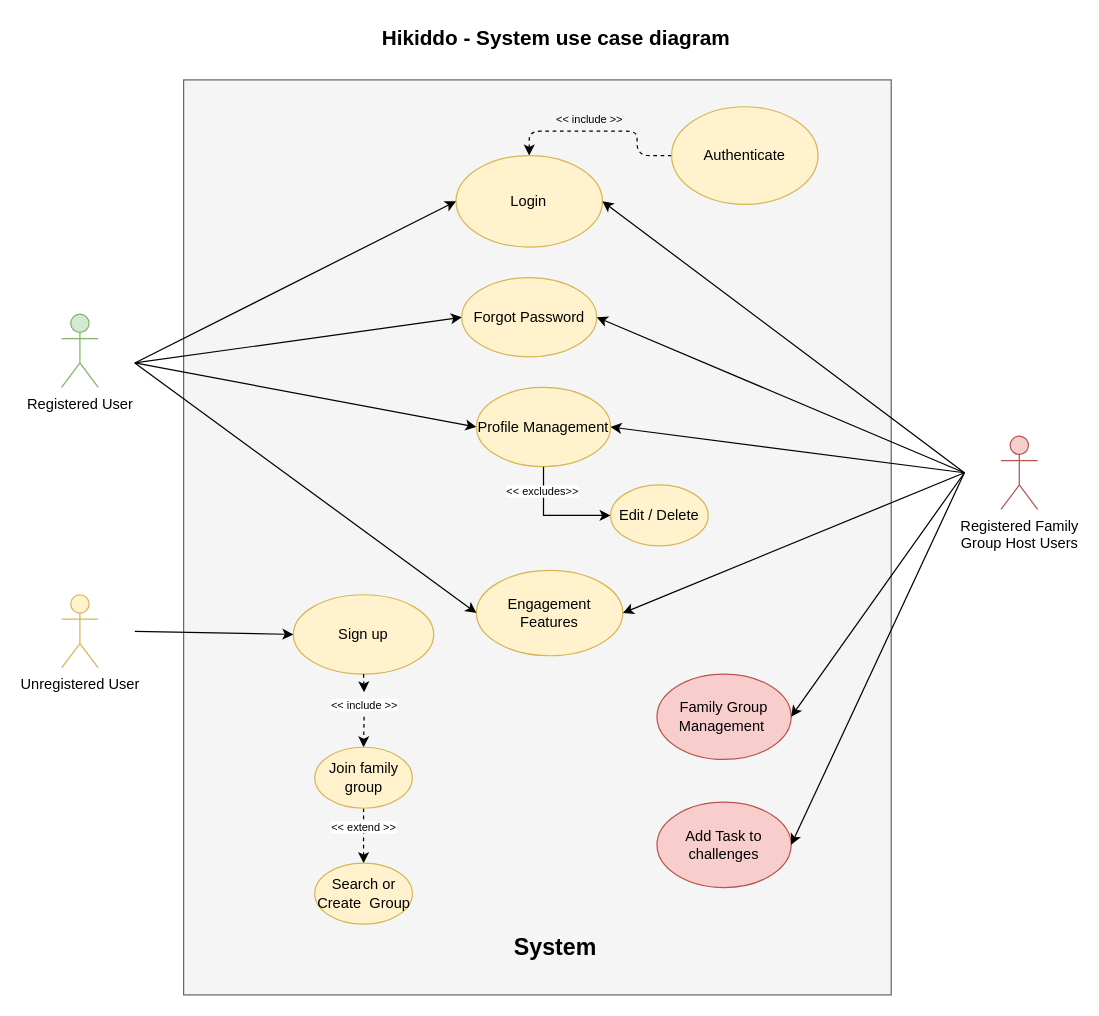
The draw.io diagram diagrams/IO Diagram File/USE_CASE_LATEST.drawio in Wallysonadsilva/Hikiddo, before the edit. Source tidied: cells renumbered, new cells numbered last; positions are measured from the earlier drawing's top-left corner, leaving out a move shared by most shapes. Both pictures are drawn from the tidied source at 122%, with x=0, y=0 at pixel (61, 21).
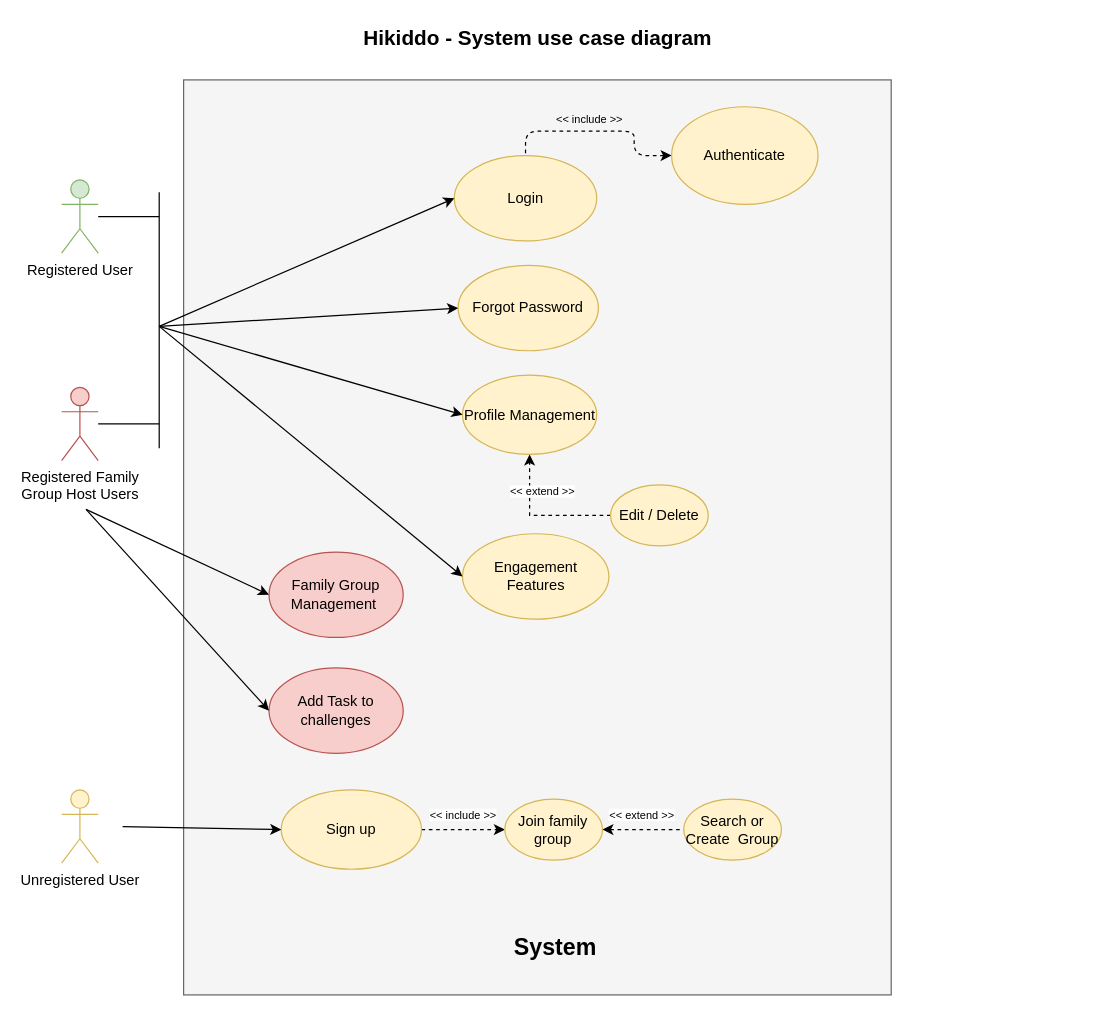
After the change.

Unchanged cells that the change refers to:
```xml
<mxCell id="6" value="Authenticate" style="ellipse;whiteSpace=wrap;html=1;fillColor=#fff2cc;strokeColor=#d6b656;" parent="1" vertex="1">
  <mxGeometry x="500" y="70" width="120" height="80" as="geometry" />
</mxCell>
<mxCell id="37" value="Edit / Delete" style="ellipse;whiteSpace=wrap;html=1;fillColor=#fff2cc;strokeColor=#d6b656;" parent="1" vertex="1">
  <mxGeometry x="450" y="380" width="80" height="50" as="geometry" />
</mxCell>
```

The edit, as a diff of the source:
```diff
@@
+    <mxCell id="39" style="edgeStyle=orthogonalEdgeStyle;rounded=0;jettySize=auto;html=1;endArrow=none;endFill=0;" parent="1" edge="1" source="2">
+      <mxGeometry relative="1" as="geometry">
+        <mxPoint x="80" y="160" as="targetPoint" />
+      </mxGeometry>
+    </mxCell>
     <mxCell id="2" value="Registered User" style="shape=umlActor;verticalLabelPosition=bottom;verticalAlign=top;html=1;outlineConnect=0;fillColor=#d5e8d4;strokeColor=#82b366;" parent="1" vertex="1">
-      <mxGeometry y="240" width="30" height="60" as="geometry" />
+      <mxGeometry y="130" width="30" height="60" as="geometry" />
     </mxCell>
@@
+    <mxCell id="40" style="edgeStyle=orthogonalEdgeStyle;rounded=0;jettySize=auto;html=1;endArrow=none;endFill=0;" parent="1" edge="1" source="4">
+      <mxGeometry relative="1" as="geometry">
+        <mxPoint x="80" y="330" as="targetPoint" />
+      </mxGeometry>
+    </mxCell>
     <mxCell id="4" value="Registered Family &lt;br&gt;Group Host Users" style="shape=umlActor;verticalLabelPosition=bottom;verticalAlign=top;html=1;outlineConnect=0;fillColor=#f8cecc;strokeColor=#b85450;" parent="1" vertex="1">
-      <mxGeometry x="770" y="340" width="30" height="60" as="geometry" />
+      <mxGeometry y="300" width="30" height="60" as="geometry" />
     </mxCell>
-    <mxCell id="5" style="edgeStyle=orthogonalEdgeStyle;rounded=1;jettySize=auto;html=1;exitX=0;exitY=0.5;exitDx=0;exitDy=0;entryX=0.5;entryY=0;entryDx=0;entryDy=0;curved=0;dashed=1;" parent="1" edge="1" source="6" target="11">
+    <mxCell id="5" style="edgeStyle=orthogonalEdgeStyle;rounded=1;jettySize=auto;html=1;exitX=0;exitY=0.5;exitDx=0;exitDy=0;entryX=0.5;entryY=0;entryDx=0;entryDy=0;curved=0;dashed=1;endArrow=none;endFill=0;startArrow=classic;startFill=1;" parent="1" edge="1" source="6" target="11">
       <mxGeometry relative="1" as="geometry" />
     </mxCell>
@@
-    <mxCell id="7" style="edgeStyle=orthogonalEdgeStyle;rounded=0;jettySize=auto;html=1;exitX=0.5;exitY=1;exitDx=0;exitDy=0;entryX=0.5;entryY=0;entryDx=0;entryDy=0;dashed=1;" parent="1" edge="1" source="33" target="13">
-      <mxGeometry relative="1" as="geometry" />
-    </mxCell>
+    <mxCell id="41" style="edgeStyle=orthogonalEdgeStyle;rounded=0;jettySize=auto;html=1;dashed=1;" parent="1" edge="1" source="8" target="13">
+      <mxGeometry relative="1" as="geometry" />
+    </mxCell>
     <mxCell id="8" value="Sign up" style="ellipse;whiteSpace=wrap;html=1;fillColor=#fff2cc;strokeColor=#d6b656;" parent="1" vertex="1">
-      <mxGeometry x="190" y="470" width="115" height="65" as="geometry" />
+      <mxGeometry x="180" y="630" width="115" height="65" as="geometry" />
     </mxCell>
     <mxCell id="9" value="Profile Management" style="ellipse;whiteSpace=wrap;html=1;fillColor=#fff2cc;strokeColor=#d6b656;" parent="1" vertex="1">
-      <mxGeometry x="340" y="300" width="110" height="65" as="geometry" />
+      <mxGeometry x="328.6" y="290" width="110" height="65" as="geometry" />
     </mxCell>
     <mxCell id="10" value="Family Group Management&amp;nbsp;" style="ellipse;whiteSpace=wrap;html=1;fillColor=#f8cecc;strokeColor=#b85450;" parent="1" vertex="1">
-      <mxGeometry x="488" y="535" width="110" height="70" as="geometry" />
+      <mxGeometry x="170" y="435" width="110" height="70" as="geometry" />
     </mxCell>
     <mxCell id="11" value="Login" style="ellipse;whiteSpace=wrap;html=1;fillColor=#fff2cc;strokeColor=#d6b656;" parent="1" vertex="1">
-      <mxGeometry x="323.3" y="110" width="120" height="75" as="geometry" />
+      <mxGeometry x="321.9" y="110" width="116.7" height="70" as="geometry" />
     </mxCell>
-    <mxCell id="12" style="edgeStyle=orthogonalEdgeStyle;rounded=0;jettySize=auto;html=1;exitX=0.5;exitY=1;exitDx=0;exitDy=0;entryX=0.5;entryY=0;entryDx=0;entryDy=0;dashed=1;" parent="1" edge="1" source="13" target="15">
+    <mxCell id="12" style="edgeStyle=orthogonalEdgeStyle;rounded=0;jettySize=auto;html=1;exitX=1;exitY=0.5;exitDx=0;exitDy=0;entryX=0;entryY=0.5;entryDx=0;entryDy=0;dashed=1;endArrow=none;endFill=0;startArrow=classic;startFill=1;" parent="1" edge="1" source="13" target="15">
       <mxGeometry relative="1" as="geometry" />
     </mxCell>
     <mxCell id="13" value="Join family group" style="ellipse;whiteSpace=wrap;html=1;fillColor=#fff2cc;strokeColor=#d6b656;" parent="1" vertex="1">
-      <mxGeometry x="207.5" y="595" width="80" height="50" as="geometry" />
+      <mxGeometry x="363.3" y="637.5" width="80" height="50" as="geometry" />
     </mxCell>
     <mxCell id="14" value="Forgot Password" style="ellipse;whiteSpace=wrap;html=1;fillColor=#fff2cc;strokeColor=#d6b656;" parent="1" vertex="1">
-      <mxGeometry x="328" y="210" width="110.6" height="65" as="geometry" />
+      <mxGeometry x="325" y="200" width="115" height="70" as="geometry" />
     </mxCell>
     <mxCell id="15" value="Search or Create&amp;nbsp; Group" style="ellipse;whiteSpace=wrap;html=1;fillColor=#fff2cc;strokeColor=#d6b656;" parent="1" vertex="1">
-      <mxGeometry x="207.5" y="690" width="80" height="50" as="geometry" />
+      <mxGeometry x="510" y="637.5" width="80" height="50" as="geometry" />
     </mxCell>
     <mxCell id="16" value="Engagement Features" style="ellipse;whiteSpace=wrap;html=1;fillColor=#fff2cc;strokeColor=#d6b656;" parent="1" vertex="1">
-      <mxGeometry x="340" y="450" width="120" height="70" as="geometry" />
+      <mxGeometry x="328.6" y="420" width="120" height="70" as="geometry" />
     </mxCell>
     <mxCell id="17" value="&lt;font style=&quot;font-size: 17px;&quot;&gt;&lt;b&gt;Hikiddo - System use case diagram&lt;/b&gt;&lt;/font&gt;" style="text;html=1;strokeColor=none;fillColor=none;align=center;verticalAlign=middle;whiteSpace=wrap;rounded=0;" parent="1" vertex="1">
-      <mxGeometry x="252.5" width="305" height="30" as="geometry" />
+      <mxGeometry x="237.5" width="305" height="30" as="geometry" />
     </mxCell>
     <mxCell id="18" value="Add Task to challenges" style="ellipse;whiteSpace=wrap;html=1;fillColor=#f8cecc;strokeColor=#b85450;" parent="1" vertex="1">
-      <mxGeometry x="488" y="640" width="110" height="70" as="geometry" />
+      <mxGeometry x="170" y="530" width="110" height="70" as="geometry" />
     </mxCell>
@@
     <mxCell id="21" value="&lt;font style=&quot;font-size: 9px; background-color: rgb(255, 255, 255);&quot;&gt;&amp;lt;&amp;lt; extend &amp;gt;&amp;gt;&lt;/font&gt;" style="text;html=1;strokeColor=none;fillColor=none;align=center;verticalAlign=middle;whiteSpace=wrap;rounded=0;rotation=0;" parent="1" vertex="1">
-      <mxGeometry x="214.5" y="630" width="66" height="60" as="geometry" />
+      <mxGeometry x="443.3" y="640" width="66" height="20" as="geometry" />
     </mxCell>
-    <mxCell id="22" style="endArrow=classic;html=1;rounded=0;entryX=0;entryY=0.5;entryDx=0;entryDy=0;" parent="1" edge="1" target="11">
-      <mxGeometry relative="1" as="geometry">
-        <mxPoint x="60" y="280" as="sourcePoint" />
-      </mxGeometry>
-    </mxCell>
-    <mxCell id="23" style="endArrow=classic;html=1;rounded=0;entryX=0;entryY=0.5;entryDx=0;entryDy=0;" parent="1" edge="1" target="14">
-      <mxGeometry relative="1" as="geometry">
-        <mxPoint x="60" y="280" as="sourcePoint" />
-      </mxGeometry>
-    </mxCell>
-    <mxCell id="24" style="endArrow=classic;html=1;rounded=0;entryX=0;entryY=0.5;entryDx=0;entryDy=0;" parent="1" edge="1" target="9">
-      <mxGeometry relative="1" as="geometry">
-        <mxPoint x="60" y="280" as="sourcePoint" />
-      </mxGeometry>
-    </mxCell>
-    <mxCell id="25" style="endArrow=classic;html=1;rounded=0;entryX=0;entryY=0.5;entryDx=0;entryDy=0;" parent="1" edge="1" target="16">
-      <mxGeometry relative="1" as="geometry">
-        <mxPoint x="60" y="280" as="sourcePoint" />
-      </mxGeometry>
-    </mxCell>
-    <mxCell id="26" style="endArrow=classic;html=1;rounded=0;entryX=1;entryY=0.5;entryDx=0;entryDy=0;" parent="1" edge="1" target="11">
-      <mxGeometry relative="1" as="geometry">
-        <mxPoint x="740" y="370" as="sourcePoint" />
-      </mxGeometry>
-    </mxCell>
-    <mxCell id="27" style="endArrow=classic;html=1;rounded=0;entryX=1;entryY=0.5;entryDx=0;entryDy=0;" parent="1" edge="1" target="14">
-      <mxGeometry relative="1" as="geometry">
-        <mxPoint x="740" y="370" as="sourcePoint" />
-      </mxGeometry>
-    </mxCell>
-    <mxCell id="28" style="endArrow=classic;html=1;rounded=0;entryX=1;entryY=0.5;entryDx=0;entryDy=0;" parent="1" edge="1" target="9">
-      <mxGeometry relative="1" as="geometry">
-        <mxPoint x="740" y="370" as="sourcePoint" />
-      </mxGeometry>
-    </mxCell>
-    <mxCell id="29" style="endArrow=classic;html=1;rounded=0;entryX=1;entryY=0.5;entryDx=0;entryDy=0;" parent="1" edge="1" target="16">
-      <mxGeometry relative="1" as="geometry">
-        <mxPoint x="740" y="370" as="sourcePoint" />
-      </mxGeometry>
-    </mxCell>
-    <mxCell id="30" style="endArrow=classic;html=1;rounded=0;entryX=1;entryY=0.5;entryDx=0;entryDy=0;" parent="1" edge="1" target="10">
-      <mxGeometry relative="1" as="geometry">
-        <mxPoint x="740" y="370" as="sourcePoint" />
-      </mxGeometry>
-    </mxCell>
-    <mxCell id="31" style="endArrow=classic;html=1;rounded=0;entryX=1;entryY=0.5;entryDx=0;entryDy=0;" parent="1" edge="1" target="18">
-      <mxGeometry relative="1" as="geometry">
-        <mxPoint x="740" y="370" as="sourcePoint" />
-      </mxGeometry>
-    </mxCell>
-    <mxCell id="32" style="edgeStyle=orthogonalEdgeStyle;rounded=0;jettySize=auto;html=1;exitX=0.5;exitY=1;exitDx=0;exitDy=0;entryX=0.5;entryY=0;entryDx=0;entryDy=0;dashed=1;" parent="1" edge="1" source="8" target="33">
-      <mxGeometry relative="1" as="geometry" />
-    </mxCell>
     <mxCell id="33" value="&lt;font style=&quot;font-size: 9px; background-color: rgb(255, 255, 255);&quot;&gt;&amp;lt;&amp;lt; include &amp;gt;&amp;gt;&lt;/font&gt;" style="text;html=1;strokeColor=none;fillColor=none;align=center;verticalAlign=middle;whiteSpace=wrap;rounded=0;rotation=0;" parent="1" vertex="1">
-      <mxGeometry x="219.5" y="550" width="56.9" height="20" as="geometry" />
+      <mxGeometry x="301.4" y="640" width="56.9" height="20" as="geometry" />
     </mxCell>
     <mxCell id="34" value="Unregistered User" style="shape=umlActor;verticalLabelPosition=bottom;verticalAlign=top;html=1;fillColor=#fff2cc;strokeColor=#d6b656;" parent="1" vertex="1">
-      <mxGeometry y="470" width="30" height="60" as="geometry" />
+      <mxGeometry y="630" width="30" height="60" as="geometry" />
     </mxCell>
     <mxCell id="35" style="endArrow=classic;html=1;rounded=0;entryX=0;entryY=0.5;entryDx=0;entryDy=0;" parent="1" edge="1" target="8">
       <mxGeometry relative="1" as="geometry">
-        <mxPoint x="60" y="500" as="sourcePoint" />
+        <mxPoint x="50" y="660" as="sourcePoint" />
       </mxGeometry>
     </mxCell>
-    <mxCell id="36" style="edgeStyle=orthogonalEdgeStyle;rounded=0;jettySize=auto;html=1;exitX=0;exitY=0.5;exitDx=0;exitDy=0;entryX=0.5;entryY=1;entryDx=0;entryDy=0;startArrow=classic;startFill=1;endArrow=none;endFill=0;" parent="1" edge="1" source="37" target="9">
+    <mxCell id="36" style="edgeStyle=orthogonalEdgeStyle;rounded=0;jettySize=auto;html=1;exitX=0;exitY=0.5;exitDx=0;exitDy=0;entryX=0.5;entryY=1;entryDx=0;entryDy=0;startArrow=none;startFill=0;endArrow=classic;endFill=1;dashed=1;" parent="1" edge="1" source="37" target="9">
       <mxGeometry relative="1" as="geometry" />
     </mxCell>
@@
-    <mxCell id="38" value="&lt;font style=&quot;font-size: 9px; background-color: rgb(255, 255, 255);&quot;&gt;&amp;lt;&amp;lt; excludes&amp;gt;&amp;gt;&lt;/font&gt;" style="text;html=1;strokeColor=none;fillColor=none;align=center;verticalAlign=middle;whiteSpace=wrap;rounded=0;rotation=0;" parent="1" vertex="1">
+    <mxCell id="38" value="&lt;font style=&quot;font-size: 9px; background-color: rgb(255, 255, 255);&quot;&gt;&amp;lt;&amp;lt; extend &amp;gt;&amp;gt;&lt;/font&gt;" style="text;html=1;strokeColor=none;fillColor=none;align=center;verticalAlign=middle;whiteSpace=wrap;rounded=0;rotation=0;" parent="1" vertex="1">
       <mxGeometry x="358.3" y="375" width="73.4" height="20" as="geometry" />
     </mxCell>
+    <mxCell id="42" style="endArrow=classic;html=1;rounded=0;entryX=0;entryY=0.5;entryDx=0;entryDy=0;" parent="1" edge="1" target="11">
+      <mxGeometry relative="1" as="geometry">
+        <mxPoint x="80" y="250" as="sourcePoint" />
+      </mxGeometry>
+    </mxCell>
+    <mxCell id="43" style="endArrow=classic;html=1;rounded=0;entryX=0;entryY=0.5;entryDx=0;entryDy=0;" parent="1" edge="1" target="14">
+      <mxGeometry relative="1" as="geometry">
+        <mxPoint x="80" y="250" as="sourcePoint" />
+      </mxGeometry>
+    </mxCell>
+    <mxCell id="44" style="endArrow=classic;html=1;rounded=0;entryX=0;entryY=0.5;entryDx=0;entryDy=0;" parent="1" edge="1" target="9">
+      <mxGeometry relative="1" as="geometry">
+        <mxPoint x="80" y="250" as="sourcePoint" />
+      </mxGeometry>
+    </mxCell>
+    <mxCell id="45" style="endArrow=classic;html=1;rounded=0;entryX=0;entryY=0.5;entryDx=0;entryDy=0;" parent="1" edge="1" target="16">
+      <mxGeometry relative="1" as="geometry">
+        <mxPoint x="80" y="250" as="sourcePoint" />
+      </mxGeometry>
+    </mxCell>
+    <mxCell id="46" style="endArrow=none;html=1;rounded=0;" parent="1" edge="1">
+      <mxGeometry relative="1" as="geometry">
+        <mxPoint x="80" y="350" as="sourcePoint" />
+        <mxPoint x="80" y="140" as="targetPoint" />
+      </mxGeometry>
+    </mxCell>
+    <mxCell id="47" style="endArrow=classic;html=1;rounded=0;entryX=0;entryY=0.5;entryDx=0;entryDy=0;" parent="1" edge="1" target="10">
+      <mxGeometry relative="1" as="geometry">
+        <mxPoint x="20" y="400" as="sourcePoint" />
+      </mxGeometry>
+    </mxCell>
+    <mxCell id="48" style="endArrow=classic;html=1;rounded=0;entryX=0;entryY=0.5;entryDx=0;entryDy=0;" parent="1" edge="1" target="18">
+      <mxGeometry relative="1" as="geometry">
+        <mxPoint x="20" y="400" as="sourcePoint" />
+      </mxGeometry>
+    </mxCell>
```
